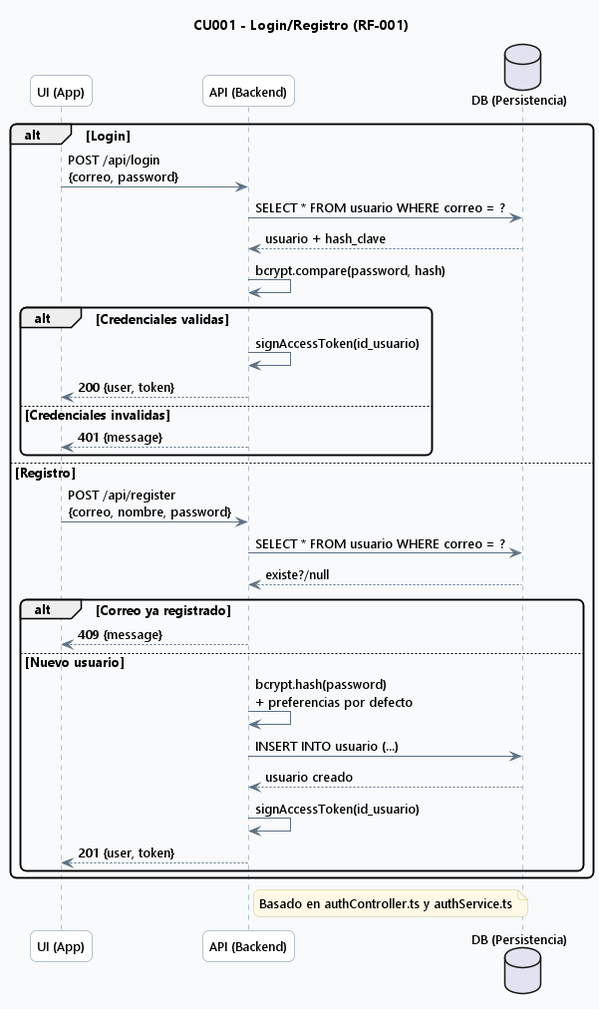
Earlier version of the PlantUML export out/docs/diagrams/cap4/03_seq_cu001_login/03_seq_cu001_login.png (TPerez13/TFG). Its diagram source:
```plantuml
@startuml

skinparam backgroundColor #F8FAFC
skinparam shadowing false
skinparam roundcorner 12
skinparam defaultFontName Segoe UI
skinparam defaultFontSize 13
skinparam ArrowColor #5B7083
skinparam ArrowThickness 1
skinparam sequence {
  LifeLineBorderColor #6E879D
  LifeLineBackgroundColor #FFFFFF
  ParticipantBorderColor #6E879D
  ParticipantBackgroundColor #FFFFFF
  ActorBorderColor #6E879D
  ActorBackgroundColor #FFFFFF
}
skinparam noteBackgroundColor #FFF9E6
skinparam noteBorderColor #D7C58A

title CU001 - Login/Registro (RF-001)

participant "UI (App)" as UI
participant "API (Backend)" as API
database "DB (Persistencia)" as DB

alt Login
  UI -> API: POST /api/login\n{correo, password}
  API -> DB: SELECT * FROM usuario WHERE correo = ?
  DB --> API: usuario + hash_clave
  API -> API: bcrypt.compare(password, hash)
  alt Credenciales validas
    API -> API: signAccessToken(id_usuario)
    API --> UI: 200 {user, token}
  else Credenciales invalidas
    API --> UI: 401 {message}
  end
else Registro
  UI -> API: POST /api/register\n{correo, nombre, password}
  API -> DB: SELECT * FROM usuario WHERE correo = ?
  DB --> API: existe?/null
  alt Correo ya registrado
    API --> UI: 409 {message}
  else Nuevo usuario
    API -> API: bcrypt.hash(password)\n+ preferencias por defecto
    API -> DB: INSERT INTO usuario (...)
    DB --> API: usuario creado
    API -> API: signAccessToken(id_usuario)
    API --> UI: 201 {user, token}
  end
end

note right of API
Basado en authController.ts y authService.ts
end note

@enduml
```
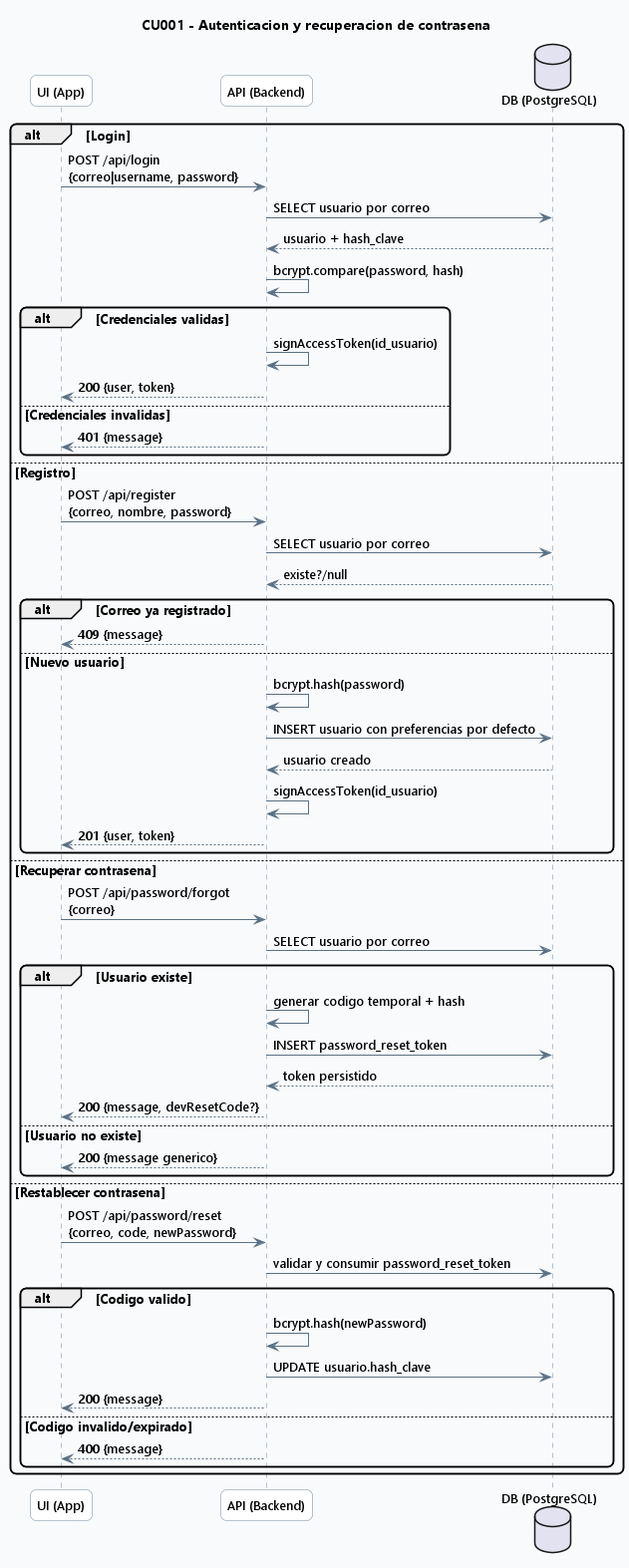
Later version of the same file.

The edit, as a diff of the source:
```diff
@@ -18,15 +18,15 @@
 skinparam noteBackgroundColor #FFF9E6
 skinparam noteBorderColor #D7C58A
 
-title CU001 - Login/Registro (RF-001)
+title CU001 - Autenticacion y recuperacion de contrasena
 
 participant "UI (App)" as UI
 participant "API (Backend)" as API
-database "DB (Persistencia)" as DB
+database "DB (PostgreSQL)" as DB
 
 alt Login
-  UI -> API: POST /api/login\n{correo, password}
-  API -> DB: SELECT * FROM usuario WHERE correo = ?
+  UI -> API: POST /api/login\n{correo|username, password}
+  API -> DB: SELECT usuario por correo
   DB --> API: usuario + hash_clave
   API -> API: bcrypt.compare(password, hash)
   alt Credenciales validas
@@ -35,23 +35,42 @@
   else Credenciales invalidas
     API --> UI: 401 {message}
   end
+
 else Registro
   UI -> API: POST /api/register\n{correo, nombre, password}
-  API -> DB: SELECT * FROM usuario WHERE correo = ?
+  API -> DB: SELECT usuario por correo
   DB --> API: existe?/null
   alt Correo ya registrado
     API --> UI: 409 {message}
   else Nuevo usuario
-    API -> API: bcrypt.hash(password)\n+ preferencias por defecto
-    API -> DB: INSERT INTO usuario (...)
+    API -> API: bcrypt.hash(password)
+    API -> DB: INSERT usuario con preferencias por defecto
     DB --> API: usuario creado
     API -> API: signAccessToken(id_usuario)
     API --> UI: 201 {user, token}
   end
+
+else Recuperar contrasena
+  UI -> API: POST /api/password/forgot\n{correo}
+  API -> DB: SELECT usuario por correo
+  alt Usuario existe
+    API -> API: generar codigo temporal + hash
+    API -> DB: INSERT password_reset_token
+    DB --> API: token persistido
+    API --> UI: 200 {message, devResetCode?}
+  else Usuario no existe
+    API --> UI: 200 {message generico}
+  end
+
+else Restablecer contrasena
+  UI -> API: POST /api/password/reset\n{correo, code, newPassword}
+  API -> DB: validar y consumir password_reset_token
+  alt Codigo valido
+    API -> API: bcrypt.hash(newPassword)
+    API -> DB: UPDATE usuario.hash_clave
+    API --> UI: 200 {message}
+  else Codigo invalido/expirado
+    API --> UI: 400 {message}
+  end
 end
-
-note right of API
-Basado en authController.ts y authService.ts
-end note
-
 @enduml
```
